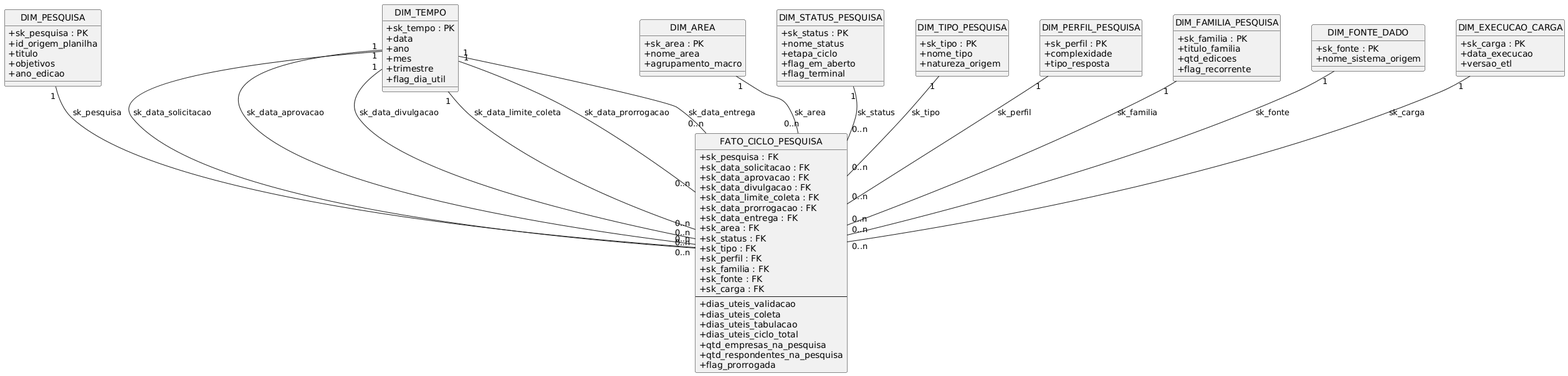
Earlier version of the PlantUML export docs/assets/prototipos-dashboards/imagens/cubo-01.png (balb-0/Synapse).
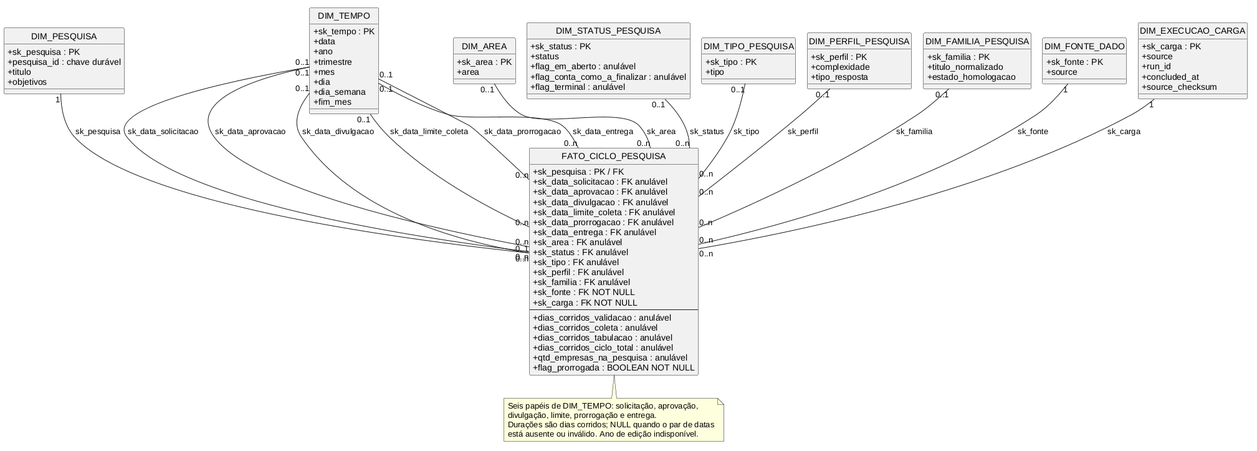
Later version of the same file.

The edit, as a diff of the source:
```diff
@@ -1,4 +1,5 @@
 @startuml
+
 !define table(x) class x << (T,#FFAAAA) >>
 !define fact(x) class x << (F,#AAFFAA) >>
 
@@ -9,39 +10,38 @@
 
 table(DIM_PESQUISA) {
   + sk_pesquisa : PK
-  + id_origem_planilha
+  + pesquisa_id : chave durável
   + titulo
   + objetivos
-  + ano_edicao
 }
 
 table(DIM_TEMPO) {
   + sk_tempo : PK
   + data
   + ano
+  + trimestre
   + mes
-  + trimestre
-  + flag_dia_util
+  + dia
+  + dia_semana
+  + fim_mes
 }
 
 table(DIM_AREA) {
   + sk_area : PK
-  + nome_area
-  + agrupamento_macro
+  + area
 }
 
 table(DIM_STATUS_PESQUISA) {
   + sk_status : PK
-  + nome_status
-  + etapa_ciclo
-  + flag_em_aberto
-  + flag_terminal
+  + status
+  + flag_em_aberto : anulável
+  + flag_conta_como_a_finalizar : anulável
+  + flag_terminal : anulável
 }
 
 table(DIM_TIPO_PESQUISA) {
   + sk_tipo : PK
-  + nome_tipo
-  + natureza_origem
+  + tipo
 }
 
 table(DIM_PERFIL_PESQUISA) {
@@ -52,59 +52,67 @@
 
 table(DIM_FAMILIA_PESQUISA) {
   + sk_familia : PK
-  + titulo_familia
-  + qtd_edicoes
-  + flag_recorrente
+  + titulo_normalizado
+  + estado_homologacao
 }
 
 table(DIM_FONTE_DADO) {
   + sk_fonte : PK
-  + nome_sistema_origem
+  + source
 }
 
 table(DIM_EXECUCAO_CARGA) {
   + sk_carga : PK
-  + data_execucao
-  + versao_etl
+  + source
+  + run_id
+  + concluded_at
+  + source_checksum
 }
 
 fact(FATO_CICLO_PESQUISA) {
-  + sk_pesquisa : FK
-  + sk_data_solicitacao : FK
-  + sk_data_aprovacao : FK
-  + sk_data_divulgacao : FK
-  + sk_data_limite_coleta : FK
-  + sk_data_prorrogacao : FK
-  + sk_data_entrega : FK
-  + sk_area : FK
-  + sk_status : FK
-  + sk_tipo : FK
-  + sk_perfil : FK
-  + sk_familia : FK
-  + sk_fonte : FK
-  + sk_carga : FK
+  + sk_pesquisa : PK / FK
+  + sk_data_solicitacao : FK anulável
+  + sk_data_aprovacao : FK anulável
+  + sk_data_divulgacao : FK anulável
+  + sk_data_limite_coleta : FK anulável
+  + sk_data_prorrogacao : FK anulável
+  + sk_data_entrega : FK anulável
+  + sk_area : FK anulável
+  + sk_status : FK anulável
+  + sk_tipo : FK anulável
+  + sk_perfil : FK anulável
+  + sk_familia : FK anulável
+  + sk_fonte : FK NOT NULL
+  + sk_carga : FK NOT NULL
   --
-  + dias_uteis_validacao
-  + dias_uteis_coleta
-  + dias_uteis_tabulacao
-  + dias_uteis_ciclo_total
-  + qtd_empresas_na_pesquisa
-  + qtd_respondentes_na_pesquisa
-  + flag_prorrogada
+  + dias_corridos_validacao : anulável
+  + dias_corridos_coleta : anulável
+  + dias_corridos_tabulacao : anulável
+  + dias_corridos_ciclo_total : anulável
+  + qtd_empresas_na_pesquisa : anulável
+  + flag_prorrogada : BOOLEAN NOT NULL
 }
 
-DIM_PESQUISA "1" -- "0..n" FATO_CICLO_PESQUISA : sk_pesquisa
-DIM_TEMPO "1" -- "0..n" FATO_CICLO_PESQUISA : sk_data_solicitacao
-DIM_TEMPO "1" -- "0..n" FATO_CICLO_PESQUISA : sk_data_aprovacao
-DIM_TEMPO "1" -- "0..n" FATO_CICLO_PESQUISA : sk_data_divulgacao
-DIM_TEMPO "1" -- "0..n" FATO_CICLO_PESQUISA : sk_data_limite_coleta
-DIM_TEMPO "1" -- "0..n" FATO_CICLO_PESQUISA : sk_data_prorrogacao
-DIM_TEMPO "1" -- "0..n" FATO_CICLO_PESQUISA : sk_data_entrega
-DIM_AREA "1" -- "0..n" FATO_CICLO_PESQUISA : sk_area
-DIM_STATUS_PESQUISA "1" -- "0..n" FATO_CICLO_PESQUISA : sk_status
-DIM_TIPO_PESQUISA "1" -- "0..n" FATO_CICLO_PESQUISA : sk_tipo
-DIM_PERFIL_PESQUISA "1" -- "0..n" FATO_CICLO_PESQUISA : sk_perfil
-DIM_FAMILIA_PESQUISA "1" -- "0..n" FATO_CICLO_PESQUISA : sk_familia
+DIM_PESQUISA "1" -- "0..1" FATO_CICLO_PESQUISA : sk_pesquisa
+DIM_TEMPO "0..1" -- "0..n" FATO_CICLO_PESQUISA : sk_data_solicitacao
+DIM_TEMPO "0..1" -- "0..n" FATO_CICLO_PESQUISA : sk_data_aprovacao
+DIM_TEMPO "0..1" -- "0..n" FATO_CICLO_PESQUISA : sk_data_divulgacao
+DIM_TEMPO "0..1" -- "0..n" FATO_CICLO_PESQUISA : sk_data_limite_coleta
+DIM_TEMPO "0..1" -- "0..n" FATO_CICLO_PESQUISA : sk_data_prorrogacao
+DIM_TEMPO "0..1" -- "0..n" FATO_CICLO_PESQUISA : sk_data_entrega
+DIM_AREA "0..1" -- "0..n" FATO_CICLO_PESQUISA : sk_area
+DIM_STATUS_PESQUISA "0..1" -- "0..n" FATO_CICLO_PESQUISA : sk_status
+DIM_TIPO_PESQUISA "0..1" -- "0..n" FATO_CICLO_PESQUISA : sk_tipo
+DIM_PERFIL_PESQUISA "0..1" -- "0..n" FATO_CICLO_PESQUISA : sk_perfil
+DIM_FAMILIA_PESQUISA "0..1" -- "0..n" FATO_CICLO_PESQUISA : sk_familia
 DIM_FONTE_DADO "1" -- "0..n" FATO_CICLO_PESQUISA : sk_fonte
 DIM_EXECUCAO_CARGA "1" -- "0..n" FATO_CICLO_PESQUISA : sk_carga
+
+note bottom of FATO_CICLO_PESQUISA
+  Seis papéis de DIM_TEMPO: solicitação, aprovação,
+  divulgação, limite, prorrogação e entrega.
+  Durações são dias corridos; NULL quando o par de datas
+  está ausente ou inválido. Ano de edição indisponível.
+end note
+
 @enduml
```
